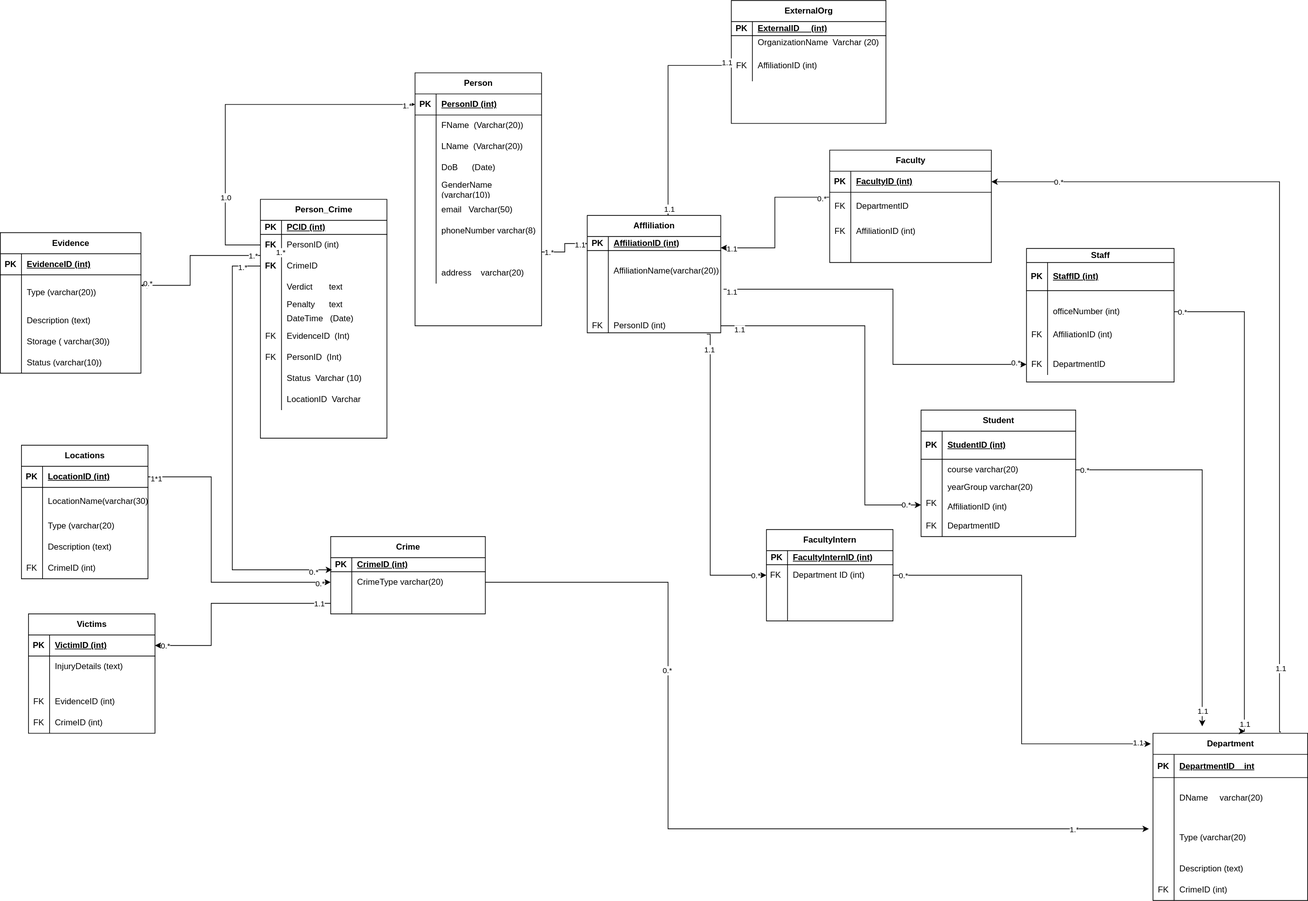
Above: Untitled Diagram.drawio.svg in Priscile2/Diagrams (draw.io), before the change. Source tidied: cells renumbered, new cells last; positions are measured from the earlier drawing's top-left corner, leaving out a move shared by most shapes.
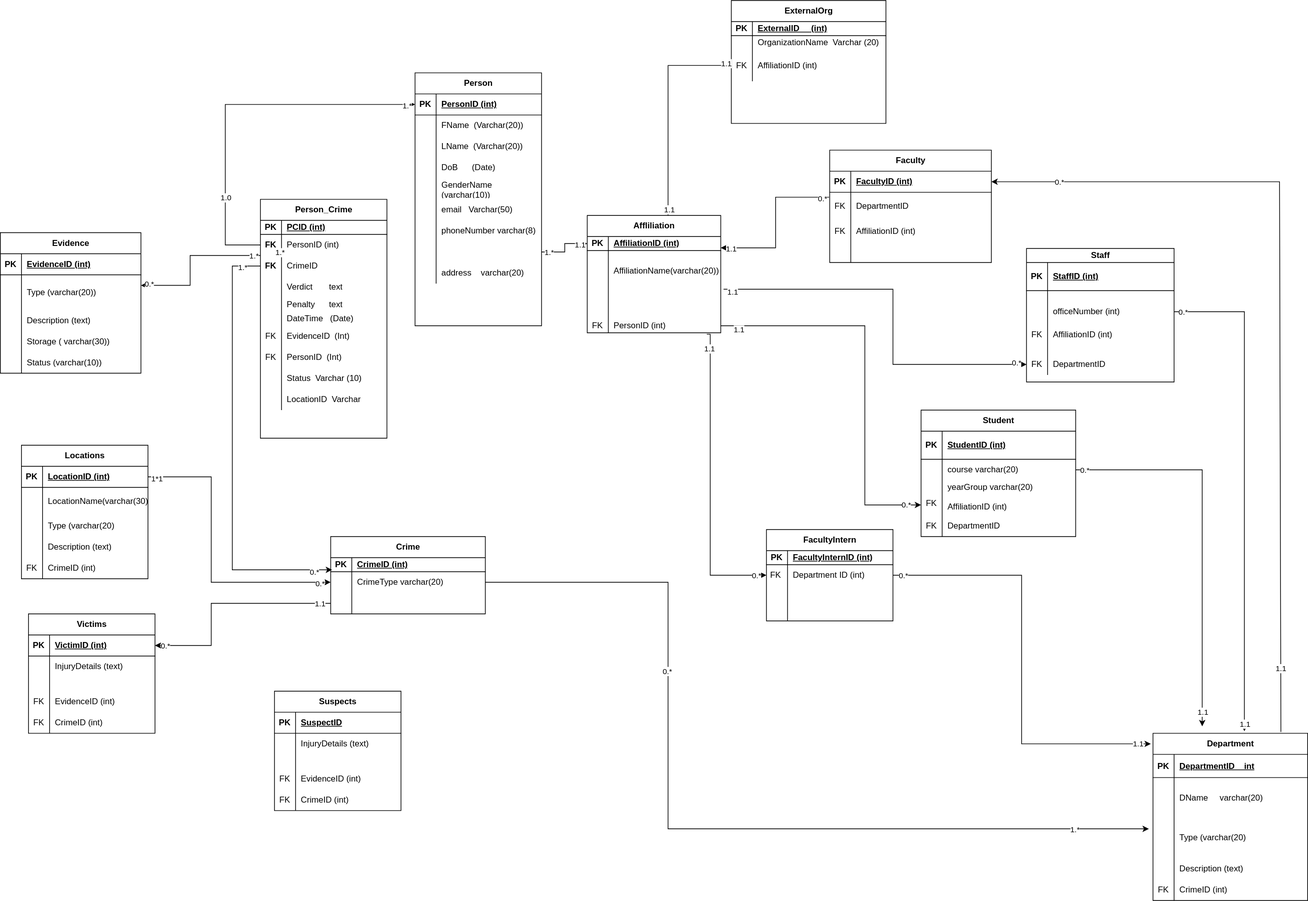
Above is the later version.

What changed in the source:
```diff
@@ -890,5 +890,53 @@
     <mxCell id="272" value="1.1" style="edgeLabel;html=1;align=center;verticalAlign=middle;" parent="270" vertex="1">
       <mxGeometry x="0.94" y="1" relative="1" as="geometry" />
     </mxCell>
+    <mxCell id="273" value="Suspects" style="shape=table;startSize=30;rowLines=0;fontStyle=1;align=center;html=1;" parent="1" vertex="1">
+      <mxGeometry x="390" y="983" width="180" height="170" as="geometry" />
+    </mxCell>
+    <mxCell id="274" style="shape=tableRow;horizontal=0;startSize=0;swimlaneHead=0;swimlaneBody=0;fillColor=none;top=0;left=0;right=0;bottom=1;" parent="273" vertex="1">
+      <mxGeometry y="30" width="180" height="30" as="geometry" />
+    </mxCell>
+    <mxCell id="275" value="PK" style="shape=partialRectangle;fillColor=none;top=0;left=0;bottom=0;right=0;fontStyle=1;overflow=hidden;whiteSpace=wrap;html=1;" parent="274" vertex="1">
+      <mxGeometry width="30" height="30" as="geometry" />
+    </mxCell>
+    <mxCell id="276" value="SuspectID" style="shape=partialRectangle;fillColor=none;top=0;left=0;bottom=0;right=0;align=left;spacingLeft=6;fontStyle=5;overflow=hidden;whiteSpace=wrap;html=1;" parent="274" vertex="1">
+      <mxGeometry x="30" width="150" height="30" as="geometry" />
+    </mxCell>
+    <mxCell id="277" style="shape=tableRow;horizontal=0;startSize=0;swimlaneHead=0;swimlaneBody=0;fillColor=none;top=0;left=0;right=0;bottom=0;" parent="273" vertex="1">
+      <mxGeometry y="60" width="180" height="30" as="geometry" />
+    </mxCell>
+    <mxCell id="278" style="shape=partialRectangle;fillColor=none;top=0;left=0;bottom=0;right=0;overflow=hidden;whiteSpace=wrap;html=1;" parent="277" vertex="1">
+      <mxGeometry width="30" height="30" as="geometry" />
+    </mxCell>
+    <mxCell id="279" value="InjuryDetails (text)" style="shape=partialRectangle;fillColor=none;top=0;left=0;bottom=0;right=0;align=left;spacingLeft=6;overflow=hidden;whiteSpace=wrap;html=1;" parent="277" vertex="1">
+      <mxGeometry x="30" width="150" height="30" as="geometry" />
+    </mxCell>
+    <mxCell id="280" style="shape=tableRow;horizontal=0;startSize=0;swimlaneHead=0;swimlaneBody=0;fillColor=none;top=0;left=0;right=0;bottom=0;" parent="273" vertex="1">
+      <mxGeometry y="90" width="180" height="20" as="geometry" />
+    </mxCell>
+    <mxCell id="281" style="shape=partialRectangle;fillColor=none;top=0;left=0;bottom=0;right=0;overflow=hidden;whiteSpace=wrap;html=1;" parent="280" vertex="1">
+      <mxGeometry width="30" height="20" as="geometry" />
+    </mxCell>
+    <mxCell id="282" style="shape=partialRectangle;fillColor=none;top=0;left=0;bottom=0;right=0;align=left;spacingLeft=6;overflow=hidden;whiteSpace=wrap;html=1;" parent="280" vertex="1">
+      <mxGeometry x="30" width="150" height="20" as="geometry" />
+    </mxCell>
+    <mxCell id="283" style="shape=tableRow;horizontal=0;startSize=0;swimlaneHead=0;swimlaneBody=0;fillColor=none;top=0;left=0;right=0;bottom=0;" parent="273" vertex="1">
+      <mxGeometry y="110" width="180" height="30" as="geometry" />
+    </mxCell>
+    <mxCell id="284" value="FK" style="shape=partialRectangle;fillColor=none;top=0;left=0;bottom=0;right=0;overflow=hidden;whiteSpace=wrap;html=1;" parent="283" vertex="1">
+      <mxGeometry width="30" height="30" as="geometry" />
+    </mxCell>
+    <mxCell id="285" value="EvidenceID (int)" style="shape=partialRectangle;fillColor=none;top=0;left=0;bottom=0;right=0;align=left;spacingLeft=6;overflow=hidden;whiteSpace=wrap;html=1;" parent="283" vertex="1">
+      <mxGeometry x="30" width="150" height="30" as="geometry" />
+    </mxCell>
+    <mxCell id="286" style="shape=tableRow;horizontal=0;startSize=0;swimlaneHead=0;swimlaneBody=0;fillColor=none;top=0;left=0;right=0;bottom=0;" parent="273" vertex="1">
+      <mxGeometry y="140" width="180" height="30" as="geometry" />
+    </mxCell>
+    <mxCell id="287" value="FK" style="shape=partialRectangle;fillColor=none;top=0;left=0;bottom=0;right=0;overflow=hidden;whiteSpace=wrap;html=1;" parent="286" vertex="1">
+      <mxGeometry width="30" height="30" as="geometry" />
+    </mxCell>
+    <mxCell id="288" value="CrimeID (int)" style="shape=partialRectangle;fillColor=none;top=0;left=0;bottom=0;right=0;align=left;spacingLeft=6;overflow=hidden;whiteSpace=wrap;html=1;" parent="286" vertex="1">
+      <mxGeometry x="30" width="150" height="30" as="geometry" />
+    </mxCell>
   </root>
 </mxGraphModel>
```
